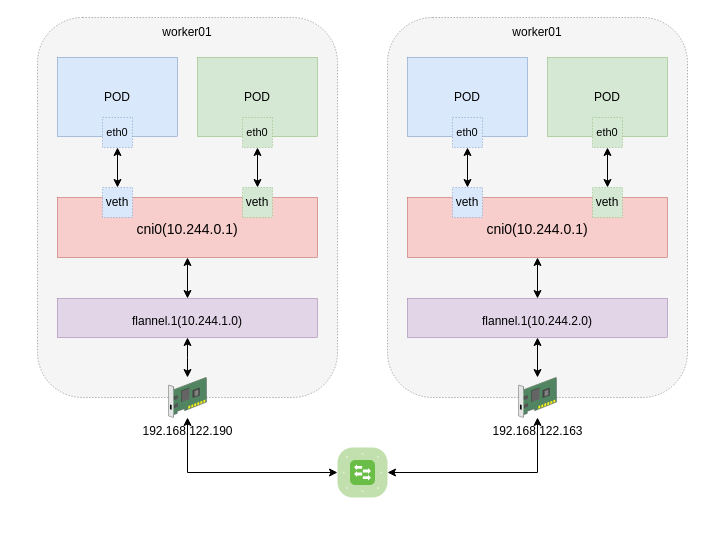
Above: Flannel.drawio in qinxinliang/diagrams (draw.io), before the change. Source tidied: cells renumbered, new cells numbered last; positions are measured from the earlier drawing's top-left corner, leaving out a move shared by most shapes. Both pictures are drawn from the tidied source at 100%, with x=0, y=0 at pixel (37, 17).
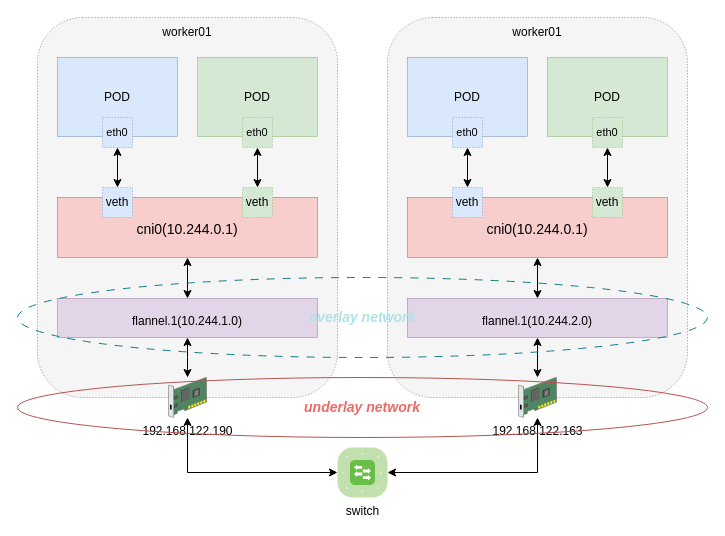
The same diagram, later.

Change to the diagram source:
```diff
@@
-    <mxCell id="34" style="verticalLabelPosition=bottom;sketch=0;html=1;fillColor=#6ABD46;strokeColor=#ffffff;verticalAlign=top;align=center;points=[[0.085,0.085,0],[0.915,0.085,0],[0.915,0.915,0],[0.085,0.915,0],[0.25,0,0],[0.5,0,0],[0.75,0,0],[1,0.25,0],[1,0.5,0],[1,0.75,0],[0.75,1,0],[0.5,1,0],[0.25,1,0],[0,0.75,0],[0,0.5,0],[0,0.25,0]];shape=mxgraph.cisco_safe.compositeIcon;bgIcon=mxgraph.cisco_safe.architecture.generic_appliance;resIcon=mxgraph.cisco_safe.architecture.switch;" parent="1" vertex="1">
+    <mxCell id="34" value="switch" style="verticalLabelPosition=bottom;sketch=0;html=1;fillColor=#6ABD46;strokeColor=#ffffff;verticalAlign=top;align=center;points=[[0.085,0.085,0],[0.915,0.085,0],[0.915,0.915,0],[0.085,0.915,0],[0.25,0,0],[0.5,0,0],[0.75,0,0],[1,0.25,0],[1,0.5,0],[1,0.75,0],[0.75,1,0],[0.5,1,0],[0.25,1,0],[0,0.75,0],[0,0.5,0],[0,0.25,0]];shape=mxgraph.cisco_safe.compositeIcon;bgIcon=mxgraph.cisco_safe.architecture.generic_appliance;resIcon=mxgraph.cisco_safe.architecture.switch;" parent="1" vertex="1">
       <mxGeometry x="300" y="430" width="50" height="50" as="geometry" />
     </mxCell>
@@
+    <mxCell id="37" value="&lt;i&gt;&lt;font color=&quot;#ea6b66&quot;&gt;&lt;b&gt;&lt;font style=&quot;font-size: 14px;&quot;&gt;underlay network&lt;/font&gt;&lt;/b&gt;&lt;/font&gt;&lt;/i&gt;" style="ellipse;whiteSpace=wrap;html=1;fillColor=none;strokeColor=#b85450;fillStyle=cross-hatch;gradientColor=#ea6b66;" parent="1" vertex="1">
+      <mxGeometry x="-20" y="360" width="690" height="60" as="geometry" />
+    </mxCell>
+    <mxCell id="38" value="&lt;font color=&quot;#b0e3e6&quot;&gt;&lt;i&gt;&lt;b&gt;&lt;font style=&quot;font-size: 14px;&quot;&gt;overlay network&lt;/font&gt;&lt;/b&gt;&lt;/i&gt;&lt;/font&gt;" style="ellipse;whiteSpace=wrap;html=1;fillColor=none;strokeColor=#0e8088;fillStyle=cross-hatch;dashed=1;dashPattern=8 8;" parent="1" vertex="1">
+      <mxGeometry x="-20" y="260" width="690" height="80" as="geometry" />
+    </mxCell>
```
